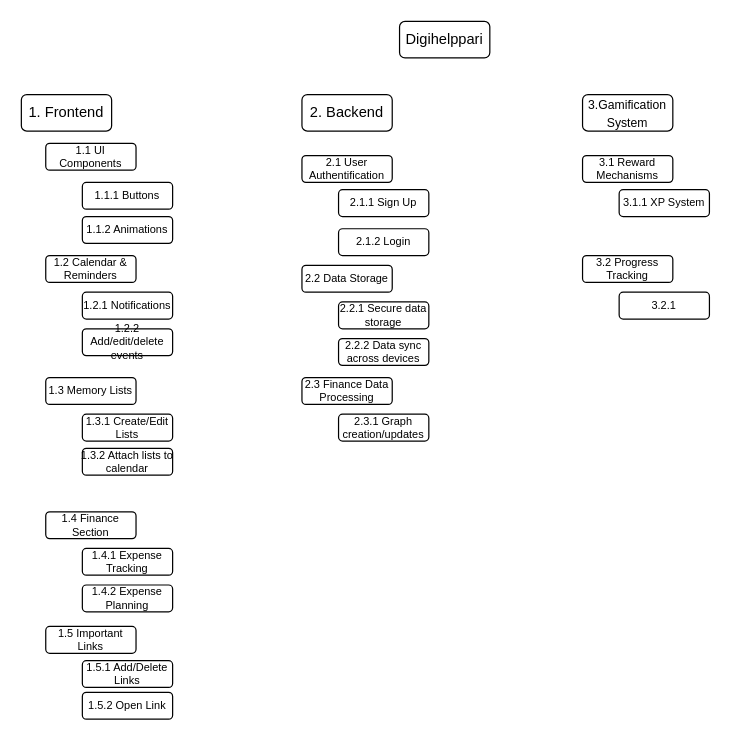
This is PBS.drawio from HenryVag/draw.io, a draw.io file, before an edit. Source tidied: cells renumbered, new cells numbered last; positions are measured from the earlier drawing's top-left corner, leaving out a move shared by most shapes. Both pictures are drawn from the tidied source at 122%, with x=0, y=0 at pixel (21, 21).
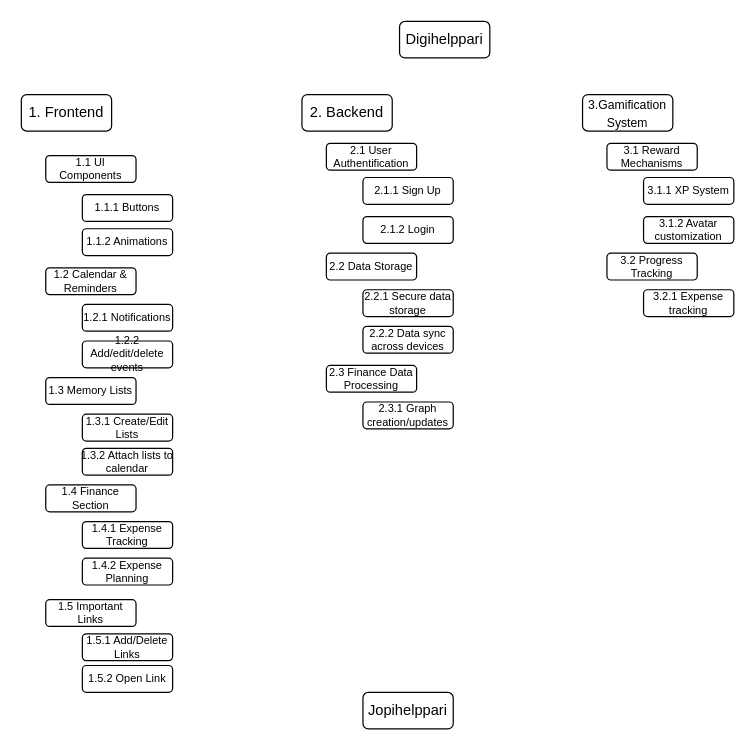
Above is the later version.

The edit, as a diff of the source:
```diff
@@
     <mxCell id="6" value="&lt;font&gt;1.1 UI Components&lt;/font&gt;" style="rounded=1;whiteSpace=wrap;html=1;fontSize=9;" parent="1" vertex="1">
-      <mxGeometry x="20" y="100" width="74" height="22" as="geometry" />
+      <mxGeometry x="20" y="110" width="74" height="22" as="geometry" />
     </mxCell>
     <mxCell id="7" value="&lt;font&gt;1.1.1 Buttons&lt;/font&gt;" style="rounded=1;whiteSpace=wrap;html=1;spacing=0;fontSize=9;" parent="1" vertex="1">
-      <mxGeometry x="50" y="132" width="74" height="22" as="geometry" />
+      <mxGeometry x="50" y="142" width="74" height="22" as="geometry" />
     </mxCell>
     <mxCell id="8" value="&lt;font&gt;1.1.2 Animations&lt;/font&gt;" style="rounded=1;whiteSpace=wrap;html=1;strokeWidth=1;spacing=0;fontSize=9;" parent="1" vertex="1">
-      <mxGeometry x="50" y="160" width="74" height="22" as="geometry" />
+      <mxGeometry x="50" y="170" width="74" height="22" as="geometry" />
     </mxCell>
     <mxCell id="9" value="&lt;font&gt;1.2 Calendar &amp;amp; Reminders&lt;font&gt;&lt;br&gt;&lt;/font&gt;&lt;/font&gt;" style="rounded=1;whiteSpace=wrap;html=1;spacing=0;fontSize=9;" parent="1" vertex="1">
-      <mxGeometry x="20" y="192" width="74" height="22" as="geometry" />
+      <mxGeometry x="20" y="202" width="74" height="22" as="geometry" />
     </mxCell>
@@
     <mxCell id="11" value="&lt;font&gt;1.4 Finance Section&lt;/font&gt;" style="rounded=1;whiteSpace=wrap;html=1;spacing=0;fontSize=9;" parent="1" vertex="1">
-      <mxGeometry x="20" y="402" width="74" height="22" as="geometry" />
+      <mxGeometry x="20" y="380" width="74" height="22" as="geometry" />
     </mxCell>
     <mxCell id="12" value="&lt;font&gt;1.5 Important Links&lt;/font&gt;" style="rounded=1;whiteSpace=wrap;html=1;spacing=0;fontSize=9;" parent="1" vertex="1">
-      <mxGeometry x="20" y="496" width="74" height="22" as="geometry" />
+      <mxGeometry x="20" y="474" width="74" height="22" as="geometry" />
     </mxCell>
     <mxCell id="13" value="&lt;font&gt;2.1 User Authentification&lt;/font&gt;" style="rounded=1;whiteSpace=wrap;html=1;spacing=0;fontSize=9;" parent="1" vertex="1">
-      <mxGeometry x="230" y="110" width="74" height="22" as="geometry" />
+      <mxGeometry x="250" y="100" width="74" height="22" as="geometry" />
     </mxCell>
     <mxCell id="14" value="&lt;font&gt;2.2 Data Storage&lt;/font&gt;" style="rounded=1;whiteSpace=wrap;html=1;spacing=0;fontSize=9;" parent="1" vertex="1">
-      <mxGeometry x="230" y="200" width="74" height="22" as="geometry" />
+      <mxGeometry x="250" y="190" width="74" height="22" as="geometry" />
     </mxCell>
     <mxCell id="15" value="&lt;font&gt;2.3 Finance Data Processing&lt;/font&gt;" style="rounded=1;whiteSpace=wrap;html=1;spacing=0;fontSize=9;" parent="1" vertex="1">
-      <mxGeometry x="230" y="292" width="74" height="22" as="geometry" />
+      <mxGeometry x="250" y="282" width="74" height="22" as="geometry" />
     </mxCell>
     <mxCell id="16" value="&lt;font&gt;3.1 Reward Mechanisms&lt;/font&gt;" style="rounded=1;whiteSpace=wrap;html=1;fontSize=9;" parent="1" vertex="1">
-      <mxGeometry x="460" y="110" width="74" height="22" as="geometry" />
+      <mxGeometry x="480" y="100" width="74" height="22" as="geometry" />
     </mxCell>
     <mxCell id="17" value="&lt;font&gt;3.2 Progress Tracking&lt;/font&gt;" style="rounded=1;whiteSpace=wrap;html=1;spacing=0;fontSize=9;" parent="1" vertex="1">
-      <mxGeometry x="460" y="192" width="74" height="22" as="geometry" />
+      <mxGeometry x="480" y="190" width="74" height="22" as="geometry" />
     </mxCell>
     <mxCell id="18" value="1.2.1 Notifications" style="rounded=1;whiteSpace=wrap;html=1;spacing=0;fontSize=9;" parent="1" vertex="1">
-      <mxGeometry x="50" y="222" width="74" height="22" as="geometry" />
+      <mxGeometry x="50" y="232" width="74" height="22" as="geometry" />
     </mxCell>
     <mxCell id="19" value="1.2.2 Add/edit/delete events" style="rounded=1;whiteSpace=wrap;html=1;spacing=0;fontSize=9;" parent="1" vertex="1">
-      <mxGeometry x="50" y="252" width="74" height="22" as="geometry" />
+      <mxGeometry x="50" y="262" width="74" height="22" as="geometry" />
     </mxCell>
@@
     <mxCell id="22" value="1.4.1 Expense Tracking" style="rounded=1;whiteSpace=wrap;html=1;spacing=0;fontSize=9;" parent="1" vertex="1">
-      <mxGeometry x="50" y="432" width="74" height="22" as="geometry" />
+      <mxGeometry x="50" y="410" width="74" height="22" as="geometry" />
     </mxCell>
     <mxCell id="23" value="1.4.2 Expense Planning" style="rounded=1;whiteSpace=wrap;html=1;spacing=0;fontSize=9;" parent="1" vertex="1">
-      <mxGeometry x="50" y="462" width="74" height="22" as="geometry" />
+      <mxGeometry x="50" y="440" width="74" height="22" as="geometry" />
     </mxCell>
     <mxCell id="24" value="1.5.1 Add/Delete Links" style="rounded=1;whiteSpace=wrap;html=1;spacing=0;fontSize=9;" parent="1" vertex="1">
-      <mxGeometry x="50" y="524" width="74" height="22" as="geometry" />
+      <mxGeometry x="50" y="502" width="74" height="22" as="geometry" />
     </mxCell>
     <mxCell id="25" value="1.5.2 Open Link" style="rounded=1;whiteSpace=wrap;html=1;spacing=0;fontSize=9;" parent="1" vertex="1">
-      <mxGeometry x="50" y="550" width="74" height="22" as="geometry" />
+      <mxGeometry x="50" y="528" width="74" height="22" as="geometry" />
     </mxCell>
     <mxCell id="26" value="2.1.1 Sign Up" style="rounded=1;whiteSpace=wrap;html=1;spacing=0;fontSize=9;" parent="1" vertex="1">
-      <mxGeometry x="260" y="138" width="74" height="22" as="geometry" />
+      <mxGeometry x="280" y="128" width="74" height="22" as="geometry" />
     </mxCell>
     <mxCell id="27" value="2.1.2 Login" style="rounded=1;whiteSpace=wrap;html=1;spacing=0;fontSize=9;" parent="1" vertex="1">
-      <mxGeometry x="260" y="170" width="74" height="22" as="geometry" />
+      <mxGeometry x="280" y="160" width="74" height="22" as="geometry" />
     </mxCell>
     <mxCell id="28" value="&lt;font&gt;2.2.1 Secure data storage&lt;/font&gt;" style="rounded=1;whiteSpace=wrap;html=1;spacing=0;fontSize=9;" parent="1" vertex="1">
-      <mxGeometry x="260" y="230" width="74" height="22" as="geometry" />
+      <mxGeometry x="280" y="220" width="74" height="22" as="geometry" />
     </mxCell>
     <mxCell id="29" value="2.2.2 Data sync across devices" style="rounded=1;whiteSpace=wrap;html=1;spacing=0;fontSize=9;" parent="1" vertex="1">
-      <mxGeometry x="260" y="260" width="74" height="22" as="geometry" />
+      <mxGeometry x="280" y="250" width="74" height="22" as="geometry" />
     </mxCell>
     <mxCell id="30" value="2.3.1 Graph creation/updates " style="rounded=1;whiteSpace=wrap;html=1;spacing=0;fontSize=9;" parent="1" vertex="1">
-      <mxGeometry x="260" y="322" width="74" height="22" as="geometry" />
+      <mxGeometry x="280" y="312" width="74" height="22" as="geometry" />
     </mxCell>
-    <mxCell id="31" value="3.2.1" style="rounded=1;whiteSpace=wrap;html=1;spacing=0;fontSize=9;" parent="1" vertex="1">
-      <mxGeometry x="490" y="222" width="74" height="22" as="geometry" />
+    <mxCell id="31" value="3.2.1 Expense tracking" style="rounded=1;whiteSpace=wrap;html=1;spacing=0;fontSize=9;" parent="1" vertex="1">
+      <mxGeometry x="510" y="220" width="74" height="22" as="geometry" />
     </mxCell>
     <mxCell id="32" value="3.1.1 XP System" style="rounded=1;whiteSpace=wrap;html=1;spacing=0;fontSize=9;" parent="1" vertex="1">
-      <mxGeometry x="490" y="138" width="74" height="22" as="geometry" />
+      <mxGeometry x="510" y="128" width="74" height="22" as="geometry" />
     </mxCell>
+    <mxCell id="33" value="3.1.2 Avatar customization" style="rounded=1;whiteSpace=wrap;html=1;spacing=0;fontSize=9;" parent="1" vertex="1">
+      <mxGeometry x="510" y="160" width="74" height="22" as="geometry" />
+    </mxCell>
+    <mxCell id="34" value="Jopihelppari" style="rounded=1;whiteSpace=wrap;html=1;" parent="1" vertex="1">
+      <mxGeometry x="280" y="550" width="74" height="30" as="geometry" />
+    </mxCell>
```
